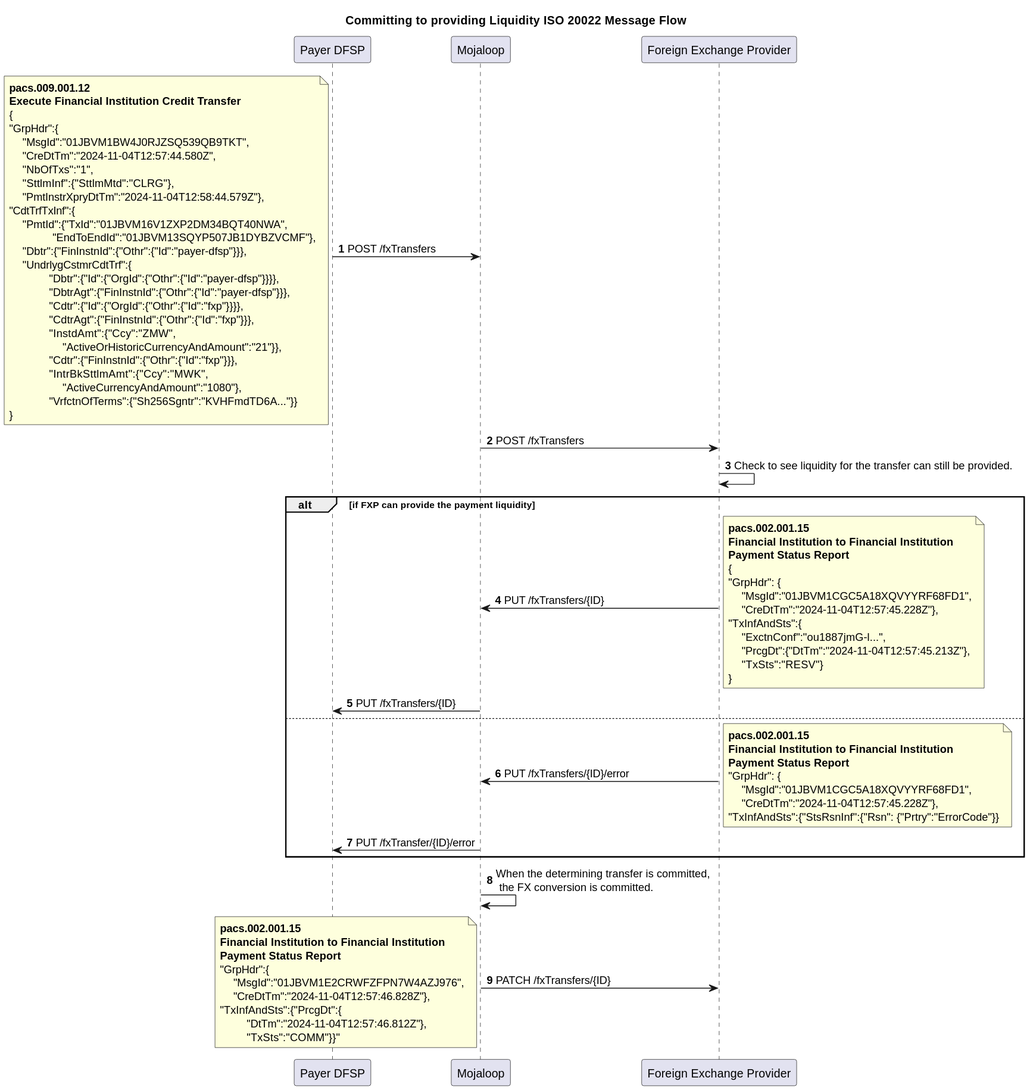
Above: docs/fr/product/features/Iso20022/v1.0/SequenceDiagrams/ConversionTransfer.svg in mojaloop/documentation (PlantUML), before the change. Its source is kept beside it as docs/fr/product/features/Iso20022/v1.0/SequenceDiagrams/ConversionTransfer.plantuml.
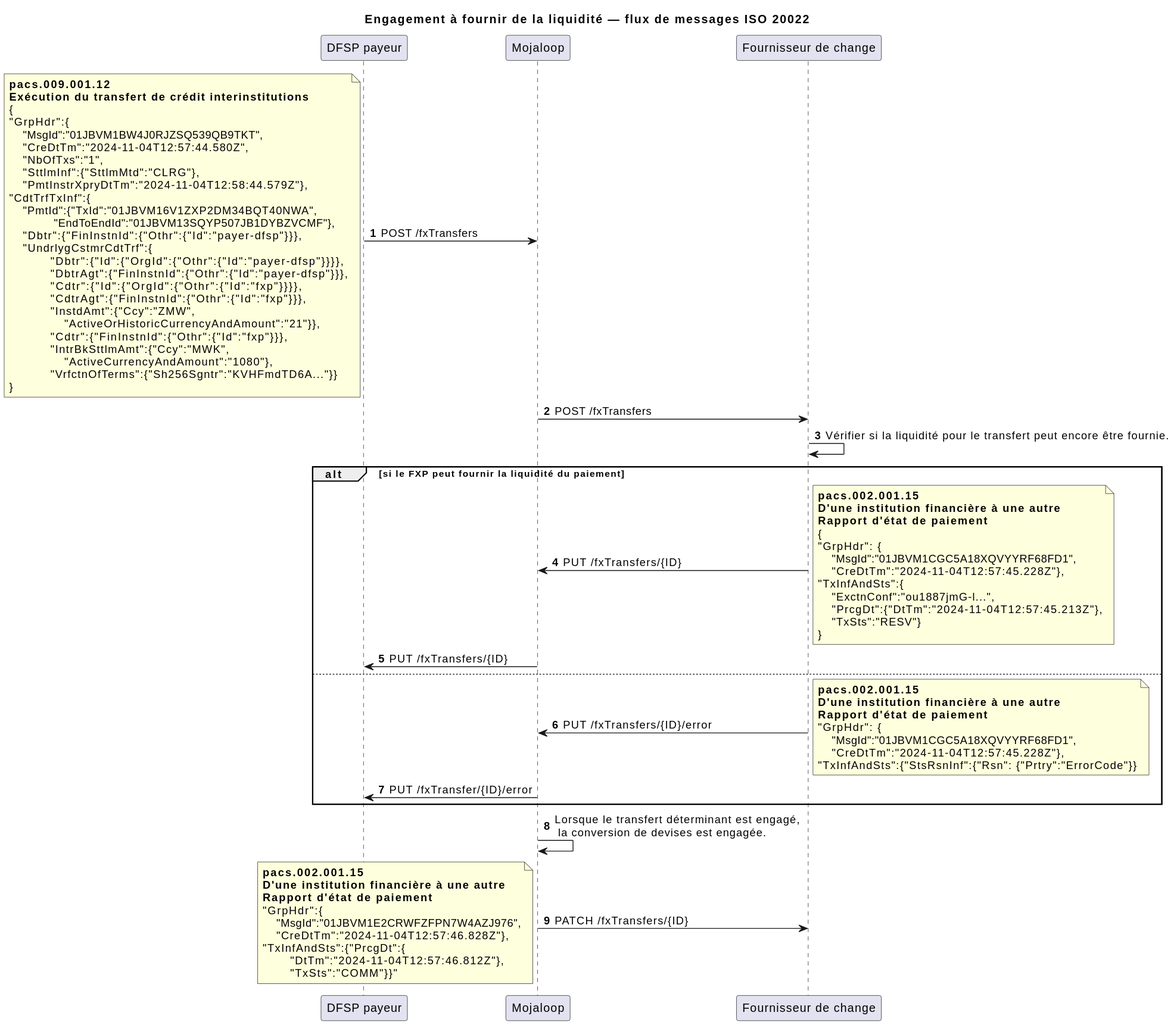
After the commit.

Change to the diagram source:
```diff
@@ -1,16 +1,16 @@
 @startuml
 
-Title Committing to providing Liquidity ISO 20022 Message Flow
-participant PayerDFSP as "Payer DFSP"
+Title Engagement à fournir de la liquidité — flux de messages ISO 20022
+participant PayerDFSP as "DFSP payeur"
 participant Mojaloop as "Mojaloop"
-participant FXP as "Foreign Exchange Provider"
+participant FXP as "Fournisseur de change"
 
 autonumber
 
 PayerDFSP -> Mojaloop: POST /fxTransfers
 note left
 **pacs.009.001.12**
-**Execute Financial Institution Credit Transfer**
+**Exécution du transfert de crédit interinstitutions**
 {
 "GrpHdr":{
     "MsgId":"01JBVM1BW4J0RJZSQ539QB9TKT",
@@ -36,13 +36,13 @@
 }
 end note
 Mojaloop -> FXP: POST /fxTransfers
-FXP -> FXP: Check to see liquidity for the transfer can still be provided.
-alt if FXP can provide the payment liquidity
+FXP -> FXP: Vérifier si la liquidité pour le transfert peut encore être fournie.
+alt si le FXP peut fournir la liquidité du paiement
 FXP -> Mojaloop: PUT /fxTransfers/{ID}
 note right
 **pacs.002.001.15**
-**Financial Institution to Financial Institution**
-**Payment Status Report**
+**D'une institution financière à une autre**
+**Rapport d'état de paiement**
 {
 "GrpHdr": {
     "MsgId":"01JBVM1CGC5A18XQVYYRF68FD1",
@@ -60,8 +60,8 @@
 FXP -> Mojaloop: PUT /fxTransfers/{ID}/error
 note right
 **pacs.002.001.15**
-**Financial Institution to Financial Institution**
-**Payment Status Report**
+**D'une institution financière à une autre**
+**Rapport d'état de paiement**
 "GrpHdr": {
     "MsgId":"01JBVM1CGC5A18XQVYYRF68FD1",
     "CreDtTm":"2024-11-04T12:57:45.228Z"},
@@ -70,13 +70,13 @@
 Mojaloop -> PayerDFSP: PUT /fxTransfer/{ID}/error
 end
 
-Mojaloop -> Mojaloop: When the determining transfer is committed, \n the FX conversion is committed.
+Mojaloop -> Mojaloop: Lorsque le transfert déterminant est engagé, \n la conversion de devises est engagée.
 
 Mojaloop->FXP: PATCH /fxTransfers/{ID}
 note left
 **pacs.002.001.15**
-**Financial Institution to Financial Institution**
-**Payment Status Report**
+**D'une institution financière à une autre**
+**Rapport d'état de paiement**
 "GrpHdr":{
     "MsgId":"01JBVM1E2CRWFZFPN7W4AZJ976",
     "CreDtTm":"2024-11-04T12:57:46.828Z"},
```
